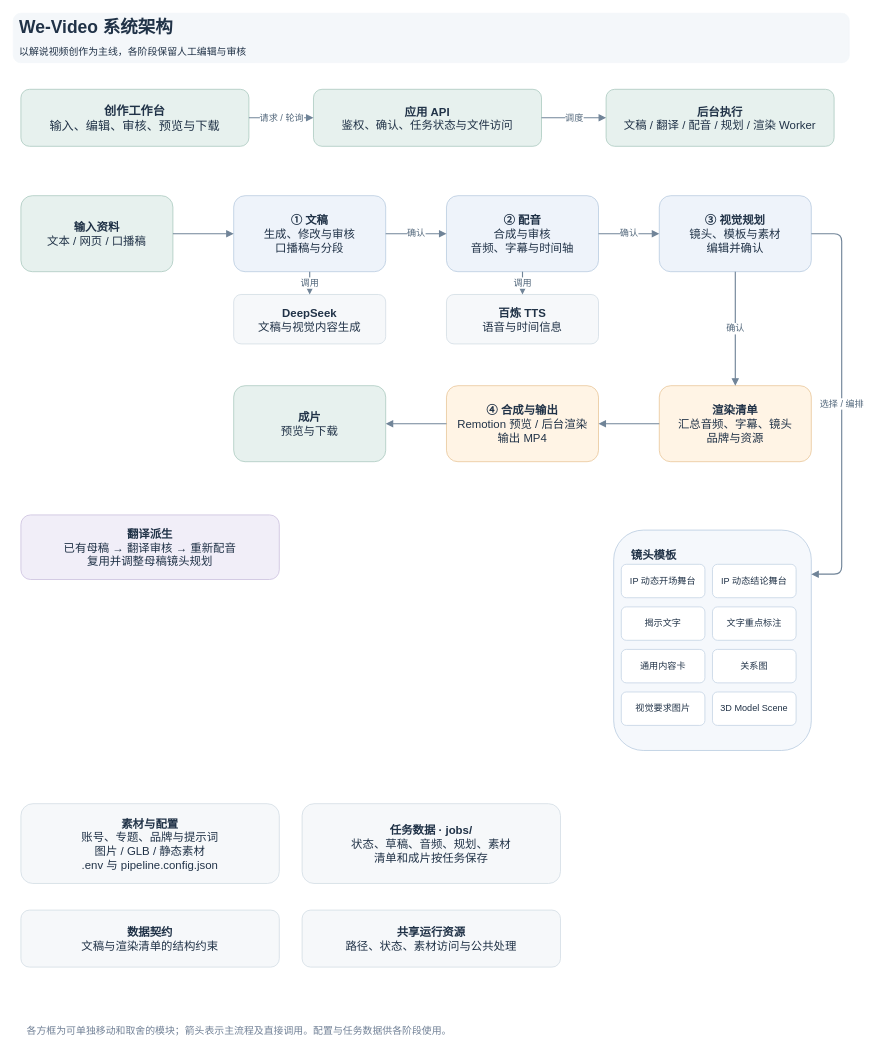
The draw.io diagram doc/architecture.drawio in hongqun/we-video, before the edit. Source tidied: cells renumbered, new cells numbered last; positions are measured from the earlier drawing's top-left corner, leaving out a move shared by most shapes. Both pictures are drawn from the tidied source at 76%, with x=0, y=0 at pixel (13, 13).
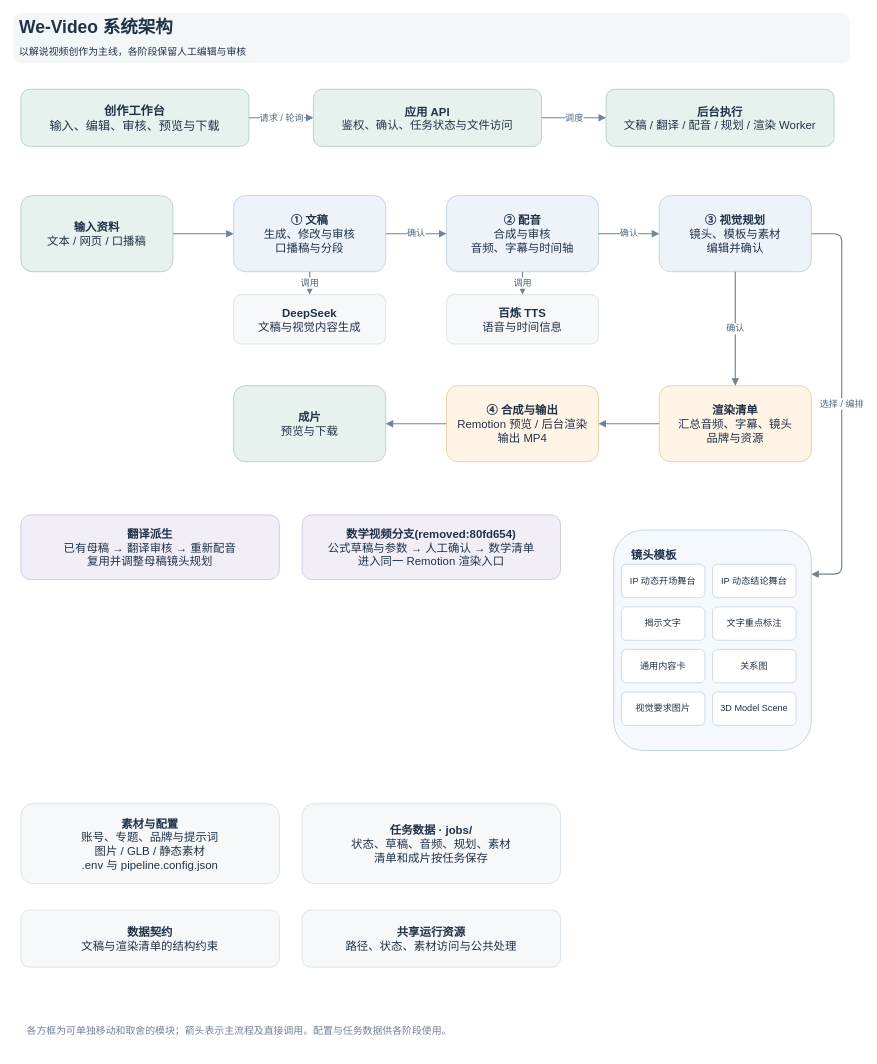
The same page after the edit.

Commit message:
docs: 架构图中补充数学视频分支说明

The edit, as a diff of the source:
```diff
@@
+    <mxCell id="41" value="&lt;b&gt;数学视频分支(removed:80fd654)&lt;/b&gt;&lt;br&gt;公式草稿与参数 → 人工确认 → 数学清单&lt;br&gt;进入同一 Remotion 渲染入口" style="rounded=1;whiteSpace=wrap;html=1;fillColor=#f1eef8;strokeColor=#c9bddd;fontColor=#203247;fontSize=15;spacing=8;" parent="1" vertex="1">
+      <mxGeometry x="380" y="660" width="340" height="85" as="geometry" />
+    </mxCell>
```
